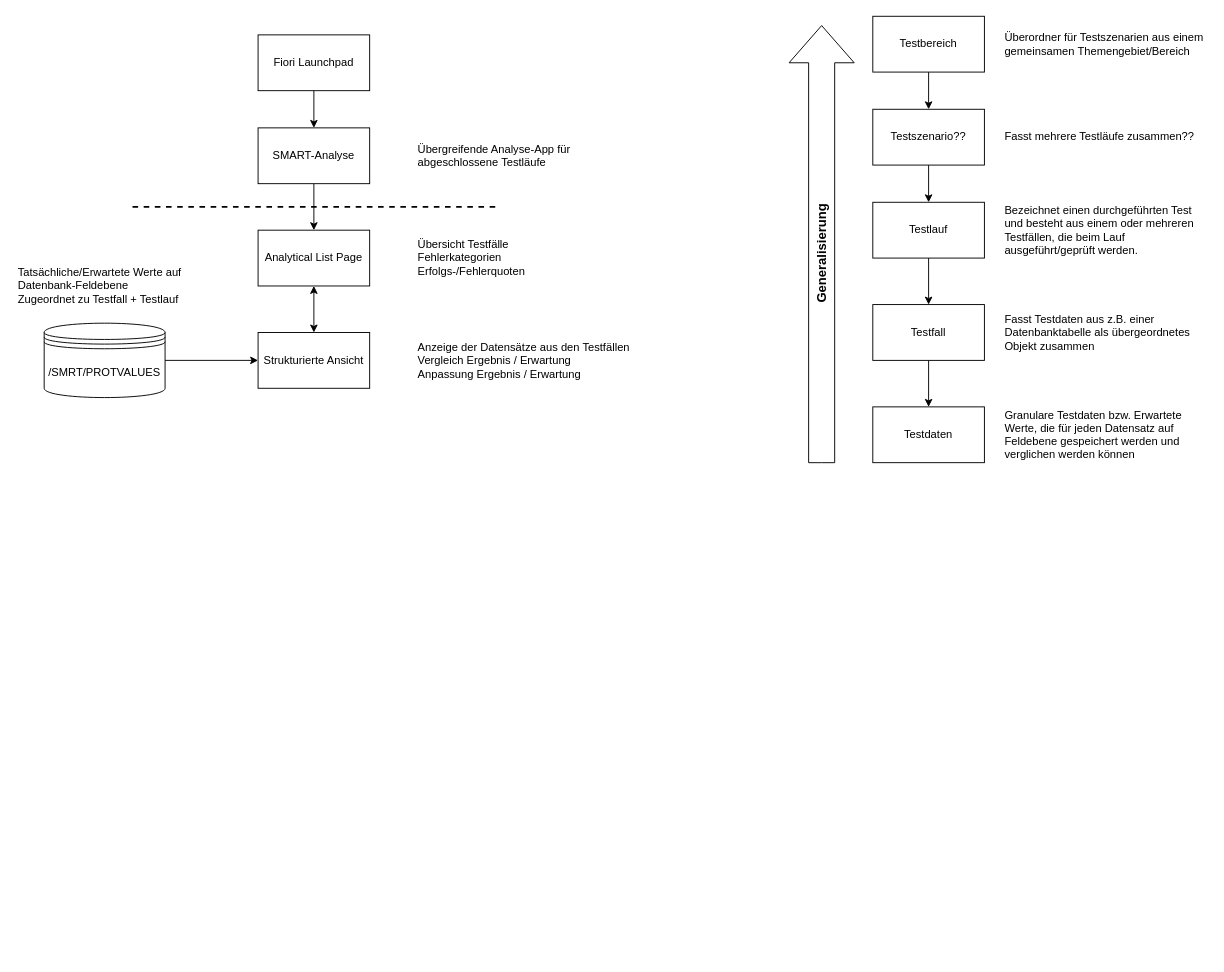
Earlier version of the draw.io diagram Strukturierte Ansicht Komponentenübersicht.drawio (Raaphaaa/UI5-Playground). Source tidied: cells renumbered, new cells numbered last; positions are measured from the earlier drawing's top-left corner, leaving out a move shared by most shapes. Both pictures are drawn from the tidied source at 93%, with x=0, y=0 at pixel (15, 16).
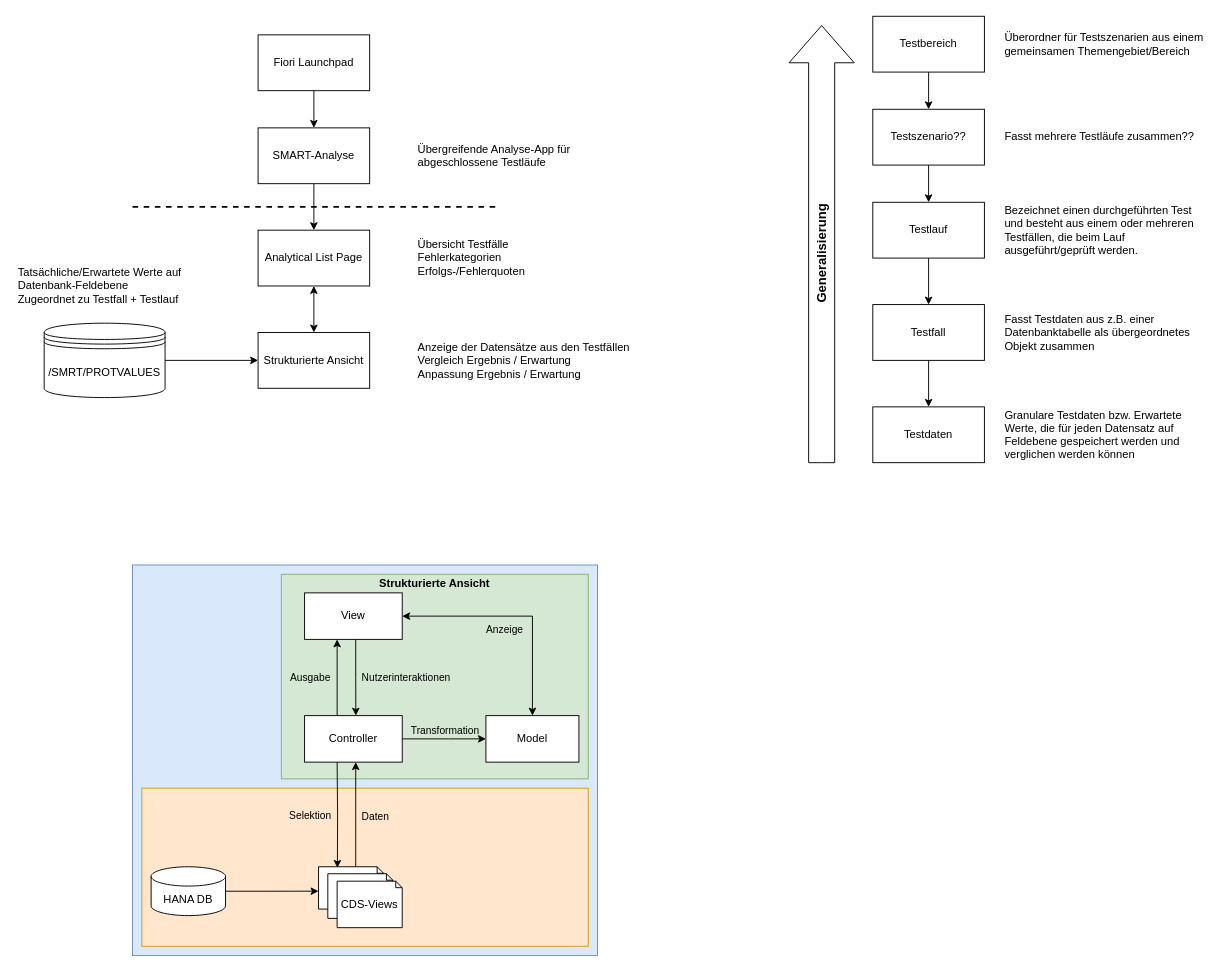
After the change.

The edit, as a diff of the source:
```diff
@@
+    <mxCell id="32" style="rounded=0;whiteSpace=wrap;html=1;fillColor=#dae8fc;strokeColor=#6c8ebf;" parent="1" vertex="1">
+      <mxGeometry x="126" y="590" width="500" height="420" as="geometry" />
+    </mxCell>
+    <mxCell id="33" style="rounded=0;whiteSpace=wrap;html=1;fillColor=#ffe6cc;strokeColor=#d79b00;" parent="1" vertex="1">
+      <mxGeometry x="136" y="830" width="480" height="170" as="geometry" />
+    </mxCell>
+    <mxCell id="34" style="rounded=0;whiteSpace=wrap;html=1;fillColor=#d5e8d4;strokeColor=#82b366;labelPosition=center;verticalLabelPosition=top;align=center;verticalAlign=bottom;" parent="1" vertex="1">
+      <mxGeometry x="286" y="600" width="330" height="220" as="geometry" />
+    </mxCell>
+    <mxCell id="35" value="HANA DB" style="shape=cylinder3;whiteSpace=wrap;html=1;boundedLbl=1;backgroundOutline=1;size=10.388990614148952;" parent="1" vertex="1">
+      <mxGeometry x="146" y="914.5" width="80" height="52.5" as="geometry" />
+    </mxCell>
+    <mxCell id="36" style="edgeStyle=orthogonalEdgeStyle;rounded=0;jettySize=auto;html=1;labelBackgroundColor=none;" parent="1" edge="1" source="40" target="45">
+      <mxGeometry relative="1" as="geometry">
+        <Array as="points">
+          <mxPoint x="466" y="777" />
+          <mxPoint x="466" y="777" />
+        </Array>
+      </mxGeometry>
+    </mxCell>
+    <mxCell id="37" value="Transformation" style="edgeLabel;html=1;align=center;verticalAlign=middle;labelBackgroundColor=none;" parent="36" vertex="1">
+      <mxGeometry x="0.1" y="1" relative="1" as="geometry">
+        <mxPoint x="-5" y="-9" as="offset" />
+      </mxGeometry>
+    </mxCell>
+    <mxCell id="38" style="edgeStyle=orthogonalEdgeStyle;rounded=0;jettySize=auto;html=1;labelBackgroundColor=none;" parent="1" edge="1" source="40" target="48">
+      <mxGeometry relative="1" as="geometry">
+        <Array as="points">
+          <mxPoint x="346" y="680" />
+          <mxPoint x="346" y="680" />
+        </Array>
+      </mxGeometry>
+    </mxCell>
+    <mxCell id="39" value="Ausgabe" style="edgeLabel;html=1;align=center;verticalAlign=middle;labelBackgroundColor=none;" parent="38" vertex="1">
+      <mxGeometry x="-0.41" y="1" relative="1" as="geometry">
+        <mxPoint x="-29" y="-18" as="offset" />
+      </mxGeometry>
+    </mxCell>
+    <mxCell id="40" value="Controller" style="rounded=0;whiteSpace=wrap;html=1;labelBackgroundColor=none;" parent="1" vertex="1">
+      <mxGeometry x="311" y="752" width="105" height="50" as="geometry" />
+    </mxCell>
+    <mxCell id="41" style="edgeStyle=orthogonalEdgeStyle;rounded=0;jettySize=auto;html=1;entryX=0.29;entryY=0.027;entryDx=0;entryDy=0;entryPerimeter=0;labelBackgroundColor=none;" parent="1" edge="1" target="51">
+      <mxGeometry relative="1" as="geometry">
+        <mxPoint x="346" y="802" as="sourcePoint" />
+      </mxGeometry>
+    </mxCell>
+    <mxCell id="42" value="Selektion" style="edgeLabel;html=1;align=center;verticalAlign=middle;labelBackgroundColor=none;" parent="41" vertex="1">
+      <mxGeometry x="0.12" y="-1" relative="1" as="geometry">
+        <mxPoint x="-29" y="-6" as="offset" />
+      </mxGeometry>
+    </mxCell>
+    <mxCell id="43" style="edgeStyle=orthogonalEdgeStyle;rounded=0;jettySize=auto;html=1;labelBackgroundColor=none;" parent="1" edge="1" source="51" target="40">
+      <mxGeometry relative="1" as="geometry">
+        <Array as="points">
+          <mxPoint x="366" y="860" />
+          <mxPoint x="366" y="860" />
+        </Array>
+      </mxGeometry>
+    </mxCell>
+    <mxCell id="44" value="Daten" style="edgeLabel;html=1;align=center;verticalAlign=middle;labelBackgroundColor=none;" parent="43" vertex="1">
+      <mxGeometry x="0.1" y="1" relative="1" as="geometry">
+        <mxPoint x="21" y="8" as="offset" />
+      </mxGeometry>
+    </mxCell>
+    <mxCell id="45" value="Model" style="rounded=0;whiteSpace=wrap;html=1;labelBackgroundColor=none;" parent="1" vertex="1">
+      <mxGeometry x="506" y="752" width="100" height="50" as="geometry" />
+    </mxCell>
+    <mxCell id="46" style="edgeStyle=orthogonalEdgeStyle;rounded=0;jettySize=auto;html=1;entryX=0.525;entryY=0;entryDx=0;entryDy=0;entryPerimeter=0;labelBackgroundColor=none;" parent="1" edge="1" source="48" target="40">
+      <mxGeometry relative="1" as="geometry">
+        <Array as="points">
+          <mxPoint x="366" y="711" />
+          <mxPoint x="366" y="711" />
+        </Array>
+      </mxGeometry>
+    </mxCell>
+    <mxCell id="47" value="Nutzerinteraktionen" style="edgeLabel;html=1;align=center;verticalAlign=middle;labelBackgroundColor=none;" parent="46" vertex="1">
+      <mxGeometry x="-0.58" relative="1" as="geometry">
+        <mxPoint x="53" y="23" as="offset" />
+      </mxGeometry>
+    </mxCell>
+    <mxCell id="48" value="View" style="rounded=0;whiteSpace=wrap;html=1;labelBackgroundColor=none;" parent="1" vertex="1">
+      <mxGeometry x="311" y="620" width="105" height="50" as="geometry" />
+    </mxCell>
+    <mxCell id="49" value="Anzeige" style="edgeStyle=orthogonalEdgeStyle;rounded=0;jettySize=auto;html=1;startArrow=classic;startFill=1;exitX=1;exitY=0.5;exitDx=0;exitDy=0;labelBackgroundColor=none;" parent="1" edge="1" source="48" target="45">
+      <mxGeometry x="-0.11" y="-15" relative="1" as="geometry">
+        <Array as="points">
+          <mxPoint x="556" y="645" />
+        </Array>
+      </mxGeometry>
+    </mxCell>
+    <mxCell id="50" style="group;" parent="1" vertex="1">
+      <mxGeometry x="326" y="914.5" width="90" height="65.5" as="geometry" />
+    </mxCell>
+    <mxCell id="51" style="shape=note;whiteSpace=wrap;html=1;backgroundOutline=1;darkOpacity=0.05;size=7;labelBackgroundColor=none;" parent="50" vertex="1">
+      <mxGeometry width="70" height="45.5" as="geometry" />
+    </mxCell>
+    <mxCell id="52" style="shape=note;whiteSpace=wrap;html=1;backgroundOutline=1;darkOpacity=0.05;size=7;labelBackgroundColor=none;" parent="50" vertex="1">
+      <mxGeometry x="10" y="7.5" width="70" height="48" as="geometry" />
+    </mxCell>
+    <mxCell id="53" value="CDS-Views" style="shape=note;whiteSpace=wrap;html=1;backgroundOutline=1;darkOpacity=0.05;size=7;" parent="50" vertex="1">
+      <mxGeometry x="20" y="15.5" width="70" height="50" as="geometry" />
+    </mxCell>
+    <mxCell id="54" style="edgeStyle=orthogonalEdgeStyle;rounded=0;jettySize=auto;html=1;entryX=0;entryY=0.577;entryDx=0;entryDy=0;entryPerimeter=0;" parent="1" edge="1" source="35" target="51">
+      <mxGeometry relative="1" as="geometry" />
+    </mxCell>
+    <mxCell id="55" value="&lt;b&gt;Strukturierte Ansicht&lt;/b&gt;" style="text;html=1;whiteSpace=wrap;strokeColor=none;fillColor=none;align=center;verticalAlign=middle;rounded=0;" parent="1" vertex="1">
+      <mxGeometry x="386" y="600" width="130" height="20" as="geometry" />
+    </mxCell>
```
